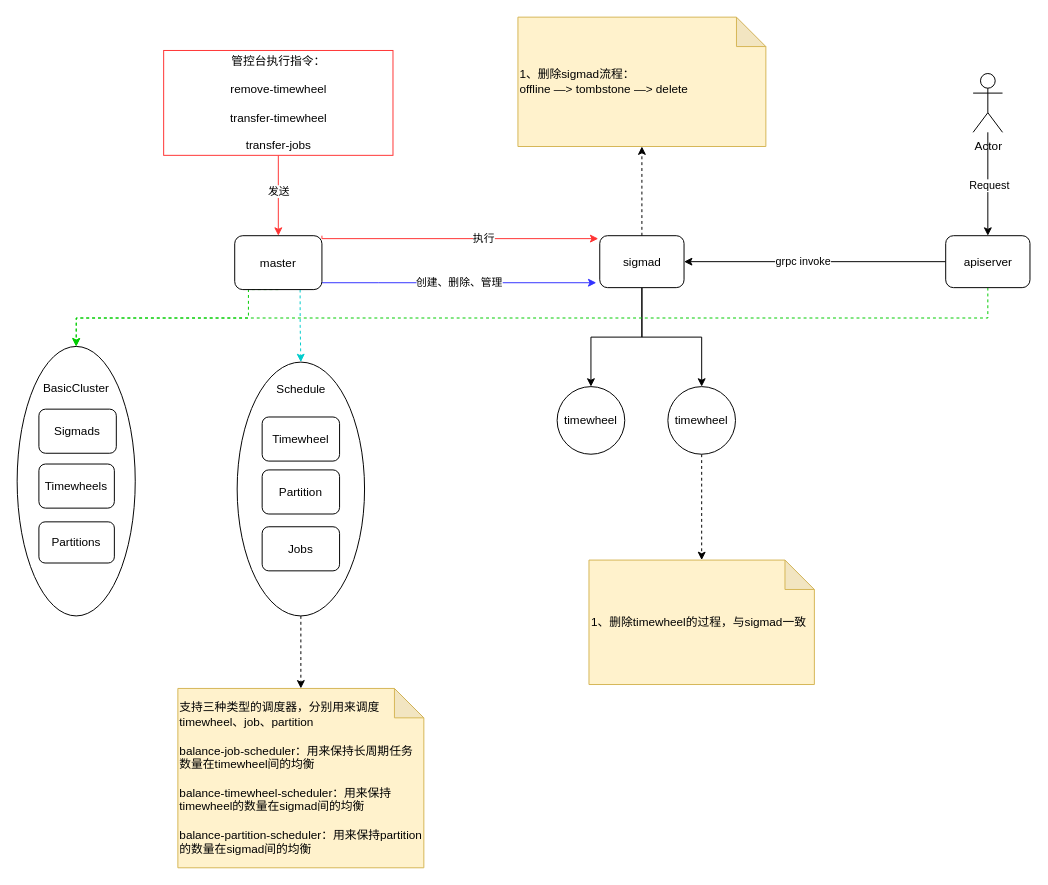
The draw.io diagram sigmax.drawio in gitcodeporter/draw-uml, before the edit. Source tidied: cells renumbered, new cells numbered last; positions are measured from the earlier drawing's top-left corner, leaving out a move shared by most shapes. Both pictures are drawn from the tidied source at 98%, with x=0, y=0 at pixel (17, 17).
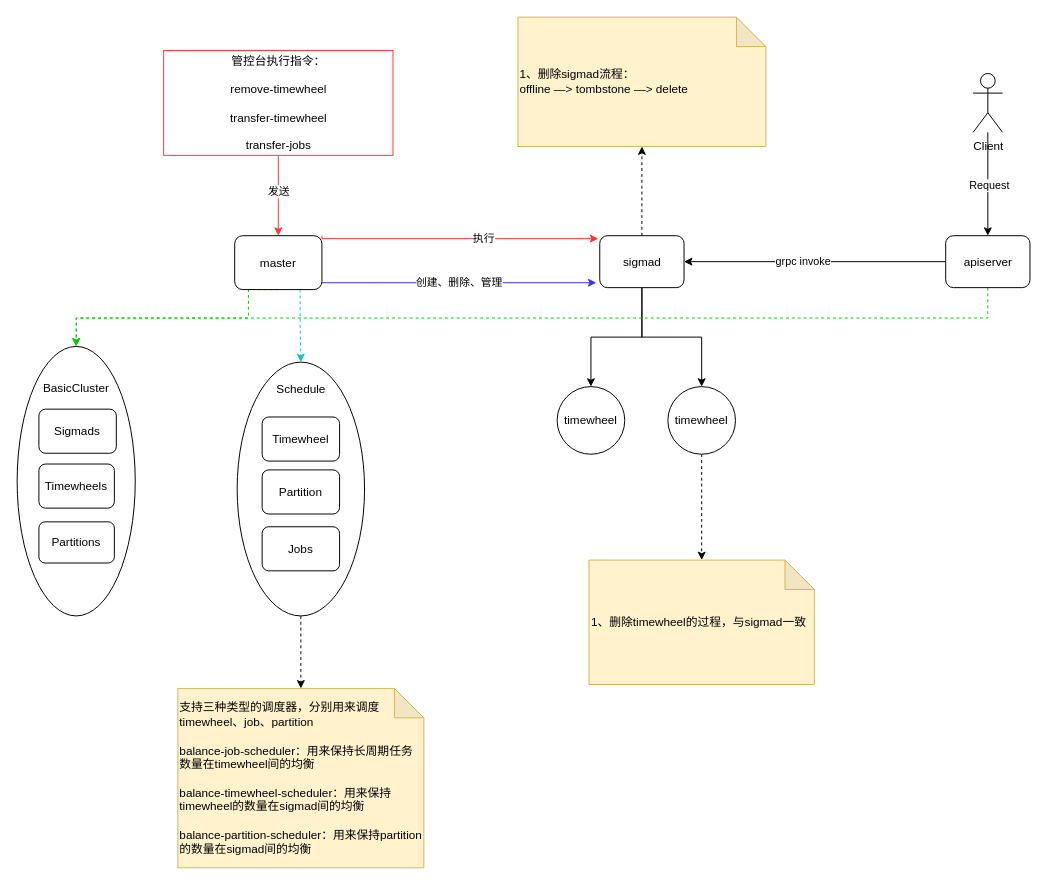
The same page after the edit.

What changed in the source:
```diff
@@
-    <mxCell id="36" value="Actor" style="shape=umlActor;verticalLabelPosition=bottom;verticalAlign=top;html=1;outlineConnect=0;strokeColor=#000000;gradientColor=none;" parent="1" vertex="1">
+    <mxCell id="36" value="Client" style="shape=umlActor;verticalLabelPosition=bottom;verticalAlign=top;html=1;outlineConnect=0;strokeColor=#000000;gradientColor=none;" parent="1" vertex="1">
       <mxGeometry x="975.5" y="57.5" width="30" height="60" as="geometry" />
     </mxCell>
```
